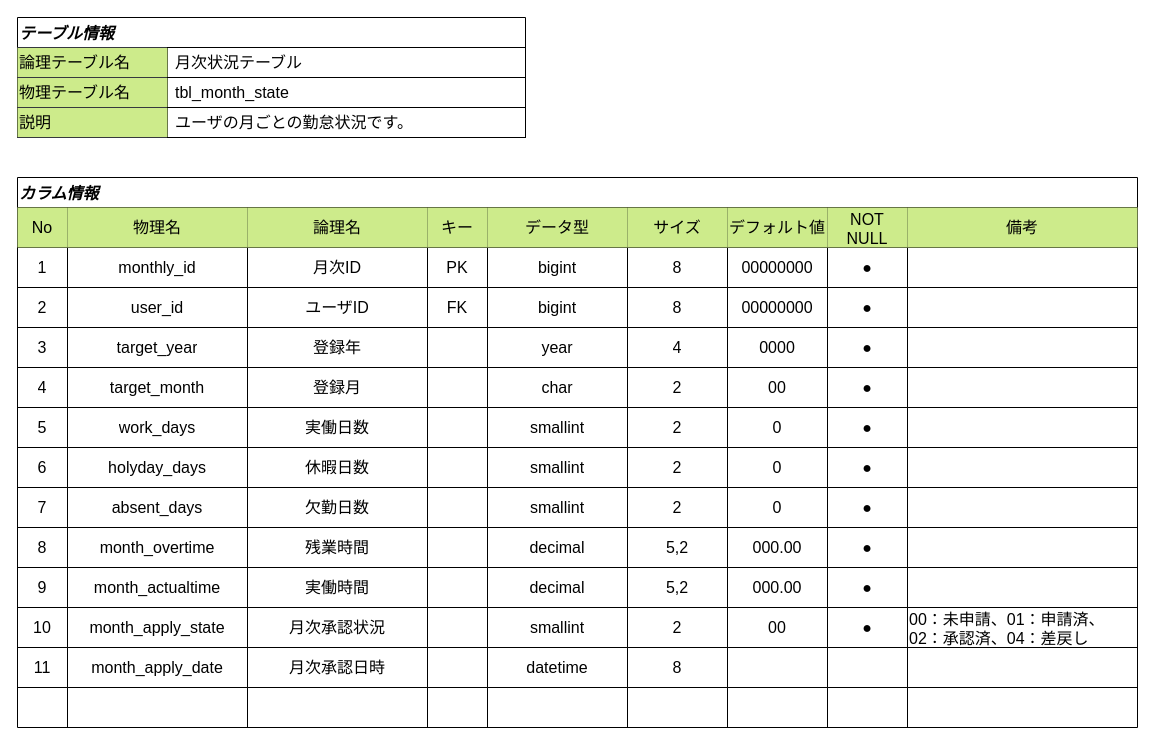
Before: docs/database/tbl_month_state.drawio in youkobaske/agentSupport-attendanceSystem, a draw.io diagram. Source tidied: cells renumbered, new cells numbered last; positions are measured from the earlier drawing's top-left corner, leaving out a move shared by most shapes. Both pictures are drawn from the tidied source at 100%, with x=0, y=0 at pixel (17, 17).
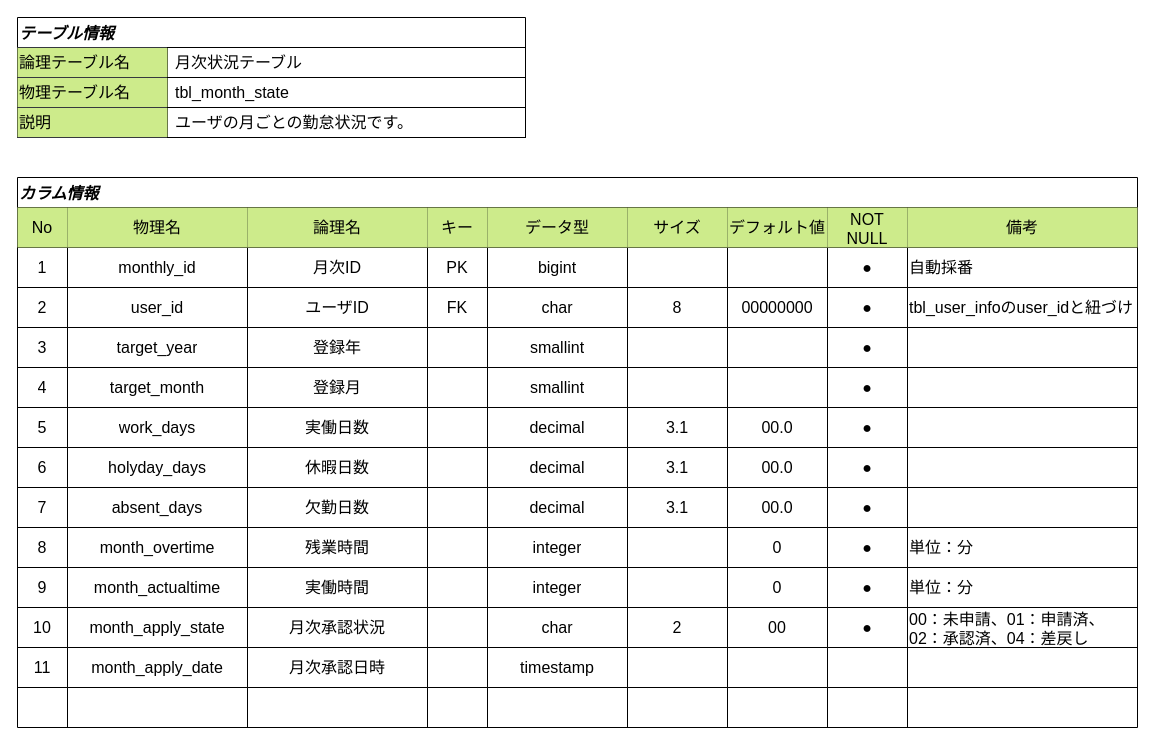
The same diagram, later.

Unchanged cells that the change refers to:
```xml
<mxCell id="23" style="shape=tableRow;horizontal=0;startSize=0;swimlaneHead=0;swimlaneBody=0;strokeColor=inherit;top=0;left=0;bottom=0;right=0;fillColor=none;fontSize=16;" parent="12" vertex="1">
  <mxGeometry y="70" width="1120" height="40" as="geometry" />
</mxCell>
<mxCell id="33" style="shape=tableRow;horizontal=0;startSize=0;swimlaneHead=0;swimlaneBody=0;strokeColor=inherit;top=0;left=0;bottom=0;right=0;fillColor=none;fontSize=16;" parent="12" vertex="1">
  <mxGeometry y="110" width="1120" height="40" as="geometry" />
</mxCell>
<mxCell id="43" style="shape=tableRow;horizontal=0;startSize=0;swimlaneHead=0;swimlaneBody=0;strokeColor=inherit;top=0;left=0;bottom=0;right=0;fillColor=none;fontSize=16;" parent="12" vertex="1">
  <mxGeometry y="150" width="1120" height="40" as="geometry" />
</mxCell>
<mxCell id="53" style="shape=tableRow;horizontal=0;startSize=0;swimlaneHead=0;swimlaneBody=0;strokeColor=inherit;top=0;left=0;bottom=0;right=0;fillColor=none;fontSize=16;" parent="12" vertex="1">
  <mxGeometry y="190" width="1120" height="40" as="geometry" />
</mxCell>
<mxCell id="63" style="shape=tableRow;horizontal=0;startSize=0;swimlaneHead=0;swimlaneBody=0;strokeColor=inherit;top=0;left=0;bottom=0;right=0;fillColor=none;fontSize=16;" parent="12" vertex="1">
  <mxGeometry y="230" width="1120" height="40" as="geometry" />
</mxCell>
<mxCell id="73" style="shape=tableRow;horizontal=0;startSize=0;swimlaneHead=0;swimlaneBody=0;strokeColor=inherit;top=0;left=0;bottom=0;right=0;fillColor=none;fontSize=16;" parent="12" vertex="1">
  <mxGeometry y="270" width="1120" height="40" as="geometry" />
</mxCell>
<mxCell id="83" style="shape=tableRow;horizontal=0;startSize=0;swimlaneHead=0;swimlaneBody=0;strokeColor=inherit;top=0;left=0;bottom=0;right=0;fillColor=none;fontSize=16;" parent="12" vertex="1">
  <mxGeometry y="310" width="1120" height="40" as="geometry" />
</mxCell>
<mxCell id="93" style="shape=tableRow;horizontal=0;startSize=0;swimlaneHead=0;swimlaneBody=0;strokeColor=inherit;top=0;left=0;bottom=0;right=0;fillColor=none;fontSize=16;" parent="12" vertex="1">
  <mxGeometry y="350" width="1120" height="40" as="geometry" />
</mxCell>
<mxCell id="103" style="shape=tableRow;horizontal=0;startSize=0;swimlaneHead=0;swimlaneBody=0;strokeColor=inherit;top=0;left=0;bottom=0;right=0;fillColor=none;fontSize=16;" parent="12" vertex="1">
  <mxGeometry y="390" width="1120" height="40" as="geometry" />
</mxCell>
<mxCell id="113" style="shape=tableRow;horizontal=0;startSize=0;swimlaneHead=0;swimlaneBody=0;strokeColor=inherit;top=0;left=0;bottom=0;right=0;fillColor=none;fontSize=16;" parent="12" vertex="1">
  <mxGeometry y="430" width="1120" height="40" as="geometry" />
</mxCell>
<mxCell id="123" style="shape=tableRow;horizontal=0;startSize=0;swimlaneHead=0;swimlaneBody=0;strokeColor=inherit;top=0;left=0;bottom=0;right=0;fillColor=none;fontSize=16;" parent="12" vertex="1">
  <mxGeometry y="470" width="1120" height="40" as="geometry" />
</mxCell>
```

The edit, as a diff of the source:
```diff
@@
-    <mxCell id="29" value="8" style="shape=partialRectangle;html=1;whiteSpace=wrap;strokeColor=inherit;overflow=hidden;fillColor=none;top=0;left=0;bottom=0;right=0;fontSize=16;" parent="23" vertex="1">
+    <mxCell id="29" style="shape=partialRectangle;html=1;whiteSpace=wrap;strokeColor=inherit;overflow=hidden;fillColor=none;top=0;left=0;bottom=0;right=0;fontSize=16;" parent="23" vertex="1">
       <mxGeometry x="610" width="100" height="40" as="geometry" />
     </mxCell>
-    <mxCell id="30" value="00000000" style="shape=partialRectangle;html=1;whiteSpace=wrap;strokeColor=inherit;overflow=hidden;fillColor=none;top=0;left=0;bottom=0;right=0;fontSize=16;" parent="23" vertex="1">
+    <mxCell id="30" style="shape=partialRectangle;html=1;whiteSpace=wrap;strokeColor=inherit;overflow=hidden;fillColor=none;top=0;left=0;bottom=0;right=0;fontSize=16;" parent="23" vertex="1">
       <mxGeometry x="710" width="100" height="40" as="geometry" />
     </mxCell>
@@
-    <mxCell id="32" style="shape=partialRectangle;html=1;whiteSpace=wrap;strokeColor=inherit;overflow=hidden;fillColor=none;top=0;left=0;bottom=0;right=0;fontSize=16;align=left;" parent="23" vertex="1">
+    <mxCell id="32" value="自動採番" style="shape=partialRectangle;html=1;whiteSpace=wrap;strokeColor=inherit;overflow=hidden;fillColor=none;top=0;left=0;bottom=0;right=0;fontSize=16;align=left;" parent="23" vertex="1">
       <mxGeometry x="890" width="230" height="40" as="geometry" />
     </mxCell>
@@
-    <mxCell id="38" value="bigint" style="shape=partialRectangle;html=1;whiteSpace=wrap;strokeColor=inherit;overflow=hidden;fillColor=none;top=0;left=0;bottom=0;right=0;fontSize=16;" parent="33" vertex="1">
+    <mxCell id="38" value="char" style="shape=partialRectangle;html=1;whiteSpace=wrap;strokeColor=inherit;overflow=hidden;fillColor=none;top=0;left=0;bottom=0;right=0;fontSize=16;" parent="33" vertex="1">
       <mxGeometry x="470" width="140" height="40" as="geometry" />
     </mxCell>
@@
-    <mxCell id="42" style="shape=partialRectangle;html=1;whiteSpace=wrap;strokeColor=inherit;overflow=hidden;fillColor=none;top=0;left=0;bottom=0;right=0;fontSize=16;align=left;" parent="33" vertex="1">
+    <mxCell id="42" value="tbl_user_infoのuser_idと紐づけ" style="shape=partialRectangle;html=1;whiteSpace=wrap;strokeColor=inherit;overflow=hidden;fillColor=none;top=0;left=0;bottom=0;right=0;fontSize=16;align=left;" parent="33" vertex="1">
       <mxGeometry x="890" width="230" height="40" as="geometry" />
     </mxCell>
@@
-    <mxCell id="48" value="year" style="shape=partialRectangle;html=1;whiteSpace=wrap;strokeColor=inherit;overflow=hidden;fillColor=none;top=0;left=0;bottom=0;right=0;fontSize=16;" parent="43" vertex="1">
+    <mxCell id="48" value="smallint" style="shape=partialRectangle;html=1;whiteSpace=wrap;strokeColor=inherit;overflow=hidden;fillColor=none;top=0;left=0;bottom=0;right=0;fontSize=16;" parent="43" vertex="1">
       <mxGeometry x="470" width="140" height="40" as="geometry" />
     </mxCell>
-    <mxCell id="49" value="4" style="shape=partialRectangle;html=1;whiteSpace=wrap;strokeColor=inherit;overflow=hidden;fillColor=none;top=0;left=0;bottom=0;right=0;fontSize=16;" parent="43" vertex="1">
+    <mxCell id="49" style="shape=partialRectangle;html=1;whiteSpace=wrap;strokeColor=inherit;overflow=hidden;fillColor=none;top=0;left=0;bottom=0;right=0;fontSize=16;" parent="43" vertex="1">
       <mxGeometry x="610" width="100" height="40" as="geometry" />
     </mxCell>
-    <mxCell id="50" value="0000" style="shape=partialRectangle;html=1;whiteSpace=wrap;strokeColor=inherit;overflow=hidden;fillColor=none;top=0;left=0;bottom=0;right=0;fontSize=16;" parent="43" vertex="1">
+    <mxCell id="50" style="shape=partialRectangle;html=1;whiteSpace=wrap;strokeColor=inherit;overflow=hidden;fillColor=none;top=0;left=0;bottom=0;right=0;fontSize=16;" parent="43" vertex="1">
       <mxGeometry x="710" width="100" height="40" as="geometry" />
     </mxCell>
@@
-    <mxCell id="58" value="char" style="shape=partialRectangle;html=1;whiteSpace=wrap;strokeColor=inherit;overflow=hidden;fillColor=none;top=0;left=0;bottom=0;right=0;fontSize=16;" parent="53" vertex="1">
+    <mxCell id="58" value="smallint" style="shape=partialRectangle;html=1;whiteSpace=wrap;strokeColor=inherit;overflow=hidden;fillColor=none;top=0;left=0;bottom=0;right=0;fontSize=16;" parent="53" vertex="1">
       <mxGeometry x="470" width="140" height="40" as="geometry" />
     </mxCell>
-    <mxCell id="59" value="2" style="shape=partialRectangle;html=1;whiteSpace=wrap;strokeColor=inherit;overflow=hidden;fillColor=none;top=0;left=0;bottom=0;right=0;fontSize=16;" parent="53" vertex="1">
+    <mxCell id="59" style="shape=partialRectangle;html=1;whiteSpace=wrap;strokeColor=inherit;overflow=hidden;fillColor=none;top=0;left=0;bottom=0;right=0;fontSize=16;" parent="53" vertex="1">
       <mxGeometry x="610" width="100" height="40" as="geometry" />
     </mxCell>
-    <mxCell id="60" value="00" style="shape=partialRectangle;html=1;whiteSpace=wrap;strokeColor=inherit;overflow=hidden;fillColor=none;top=0;left=0;bottom=0;right=0;fontSize=16;" parent="53" vertex="1">
+    <mxCell id="60" style="shape=partialRectangle;html=1;whiteSpace=wrap;strokeColor=inherit;overflow=hidden;fillColor=none;top=0;left=0;bottom=0;right=0;fontSize=16;" parent="53" vertex="1">
       <mxGeometry x="710" width="100" height="40" as="geometry" />
     </mxCell>
@@
-    <mxCell id="68" value="smallint" style="shape=partialRectangle;html=1;whiteSpace=wrap;strokeColor=inherit;overflow=hidden;fillColor=none;top=0;left=0;bottom=0;right=0;fontSize=16;" parent="63" vertex="1">
+    <mxCell id="68" value="decimal" style="shape=partialRectangle;html=1;whiteSpace=wrap;strokeColor=inherit;overflow=hidden;fillColor=none;top=0;left=0;bottom=0;right=0;fontSize=16;" parent="63" vertex="1">
       <mxGeometry x="470" width="140" height="40" as="geometry" />
     </mxCell>
-    <mxCell id="69" value="2" style="shape=partialRectangle;html=1;whiteSpace=wrap;strokeColor=inherit;overflow=hidden;fillColor=none;top=0;left=0;bottom=0;right=0;fontSize=16;" parent="63" vertex="1">
+    <mxCell id="69" value="3.1" style="shape=partialRectangle;html=1;whiteSpace=wrap;strokeColor=inherit;overflow=hidden;fillColor=none;top=0;left=0;bottom=0;right=0;fontSize=16;" parent="63" vertex="1">
       <mxGeometry x="610" width="100" height="40" as="geometry" />
     </mxCell>
-    <mxCell id="70" value="0" style="shape=partialRectangle;html=1;whiteSpace=wrap;strokeColor=inherit;overflow=hidden;fillColor=none;top=0;left=0;bottom=0;right=0;fontSize=16;" parent="63" vertex="1">
+    <mxCell id="70" value="00.0" style="shape=partialRectangle;html=1;whiteSpace=wrap;strokeColor=inherit;overflow=hidden;fillColor=none;top=0;left=0;bottom=0;right=0;fontSize=16;" parent="63" vertex="1">
       <mxGeometry x="710" width="100" height="40" as="geometry" />
     </mxCell>
@@
-    <mxCell id="78" value="smallint" style="shape=partialRectangle;html=1;whiteSpace=wrap;strokeColor=inherit;overflow=hidden;fillColor=none;top=0;left=0;bottom=0;right=0;fontSize=16;" parent="73" vertex="1">
+    <mxCell id="78" value="decimal" style="shape=partialRectangle;html=1;whiteSpace=wrap;strokeColor=inherit;overflow=hidden;fillColor=none;top=0;left=0;bottom=0;right=0;fontSize=16;" parent="73" vertex="1">
       <mxGeometry x="470" width="140" height="40" as="geometry" />
     </mxCell>
-    <mxCell id="79" value="2" style="shape=partialRectangle;html=1;whiteSpace=wrap;strokeColor=inherit;overflow=hidden;fillColor=none;top=0;left=0;bottom=0;right=0;fontSize=16;" parent="73" vertex="1">
+    <mxCell id="79" value="3.1" style="shape=partialRectangle;html=1;whiteSpace=wrap;strokeColor=inherit;overflow=hidden;fillColor=none;top=0;left=0;bottom=0;right=0;fontSize=16;" parent="73" vertex="1">
       <mxGeometry x="610" width="100" height="40" as="geometry" />
     </mxCell>
-    <mxCell id="80" value="0" style="shape=partialRectangle;html=1;whiteSpace=wrap;strokeColor=inherit;overflow=hidden;fillColor=none;top=0;left=0;bottom=0;right=0;fontSize=16;" parent="73" vertex="1">
+    <mxCell id="80" value="00.0" style="shape=partialRectangle;html=1;whiteSpace=wrap;strokeColor=inherit;overflow=hidden;fillColor=none;top=0;left=0;bottom=0;right=0;fontSize=16;" parent="73" vertex="1">
       <mxGeometry x="710" width="100" height="40" as="geometry" />
     </mxCell>
@@
-    <mxCell id="88" value="smallint" style="shape=partialRectangle;html=1;whiteSpace=wrap;strokeColor=inherit;overflow=hidden;fillColor=none;top=0;left=0;bottom=0;right=0;fontSize=16;" parent="83" vertex="1">
+    <mxCell id="88" value="decimal" style="shape=partialRectangle;html=1;whiteSpace=wrap;strokeColor=inherit;overflow=hidden;fillColor=none;top=0;left=0;bottom=0;right=0;fontSize=16;" parent="83" vertex="1">
       <mxGeometry x="470" width="140" height="40" as="geometry" />
     </mxCell>
-    <mxCell id="89" value="2" style="shape=partialRectangle;html=1;whiteSpace=wrap;strokeColor=inherit;overflow=hidden;fillColor=none;top=0;left=0;bottom=0;right=0;fontSize=16;" parent="83" vertex="1">
+    <mxCell id="89" value="3.1" style="shape=partialRectangle;html=1;whiteSpace=wrap;strokeColor=inherit;overflow=hidden;fillColor=none;top=0;left=0;bottom=0;right=0;fontSize=16;" parent="83" vertex="1">
       <mxGeometry x="610" width="100" height="40" as="geometry" />
     </mxCell>
-    <mxCell id="90" value="0" style="shape=partialRectangle;html=1;whiteSpace=wrap;strokeColor=inherit;overflow=hidden;fillColor=none;top=0;left=0;bottom=0;right=0;fontSize=16;" parent="83" vertex="1">
+    <mxCell id="90" value="00.0" style="shape=partialRectangle;html=1;whiteSpace=wrap;strokeColor=inherit;overflow=hidden;fillColor=none;top=0;left=0;bottom=0;right=0;fontSize=16;" parent="83" vertex="1">
       <mxGeometry x="710" width="100" height="40" as="geometry" />
     </mxCell>
@@
-    <mxCell id="98" value="decimal" style="shape=partialRectangle;html=1;whiteSpace=wrap;strokeColor=inherit;overflow=hidden;fillColor=none;top=0;left=0;bottom=0;right=0;fontSize=16;" parent="93" vertex="1">
+    <mxCell id="98" value="integer" style="shape=partialRectangle;html=1;whiteSpace=wrap;strokeColor=inherit;overflow=hidden;fillColor=none;top=0;left=0;bottom=0;right=0;fontSize=16;" parent="93" vertex="1">
       <mxGeometry x="470" width="140" height="40" as="geometry" />
     </mxCell>
-    <mxCell id="99" value="5,2" style="shape=partialRectangle;html=1;whiteSpace=wrap;strokeColor=inherit;overflow=hidden;fillColor=none;top=0;left=0;bottom=0;right=0;fontSize=16;" parent="93" vertex="1">
+    <mxCell id="99" style="shape=partialRectangle;html=1;whiteSpace=wrap;strokeColor=inherit;overflow=hidden;fillColor=none;top=0;left=0;bottom=0;right=0;fontSize=16;" parent="93" vertex="1">
       <mxGeometry x="610" width="100" height="40" as="geometry" />
     </mxCell>
-    <mxCell id="100" value="000.00" style="shape=partialRectangle;html=1;whiteSpace=wrap;strokeColor=inherit;overflow=hidden;fillColor=none;top=0;left=0;bottom=0;right=0;fontSize=16;" parent="93" vertex="1">
+    <mxCell id="100" value="0" style="shape=partialRectangle;html=1;whiteSpace=wrap;strokeColor=inherit;overflow=hidden;fillColor=none;top=0;left=0;bottom=0;right=0;fontSize=16;" parent="93" vertex="1">
       <mxGeometry x="710" width="100" height="40" as="geometry" />
     </mxCell>
@@
-    <mxCell id="102" style="shape=partialRectangle;html=1;whiteSpace=wrap;strokeColor=inherit;overflow=hidden;fillColor=none;top=0;left=0;bottom=0;right=0;fontSize=16;align=left;" parent="93" vertex="1">
+    <mxCell id="102" value="単位：分" style="shape=partialRectangle;html=1;whiteSpace=wrap;strokeColor=inherit;overflow=hidden;fillColor=none;top=0;left=0;bottom=0;right=0;fontSize=16;align=left;" parent="93" vertex="1">
       <mxGeometry x="890" width="230" height="40" as="geometry" />
     </mxCell>
@@
-    <mxCell id="108" value="decimal" style="shape=partialRectangle;html=1;whiteSpace=wrap;strokeColor=inherit;overflow=hidden;fillColor=none;top=0;left=0;bottom=0;right=0;fontSize=16;" parent="103" vertex="1">
+    <mxCell id="108" value="integer" style="shape=partialRectangle;html=1;whiteSpace=wrap;strokeColor=inherit;overflow=hidden;fillColor=none;top=0;left=0;bottom=0;right=0;fontSize=16;" parent="103" vertex="1">
       <mxGeometry x="470" width="140" height="40" as="geometry" />
     </mxCell>
-    <mxCell id="109" value="5,2" style="shape=partialRectangle;html=1;whiteSpace=wrap;strokeColor=inherit;overflow=hidden;fillColor=none;top=0;left=0;bottom=0;right=0;fontSize=16;" parent="103" vertex="1">
+    <mxCell id="109" style="shape=partialRectangle;html=1;whiteSpace=wrap;strokeColor=inherit;overflow=hidden;fillColor=none;top=0;left=0;bottom=0;right=0;fontSize=16;" parent="103" vertex="1">
       <mxGeometry x="610" width="100" height="40" as="geometry" />
     </mxCell>
-    <mxCell id="110" value="000.00" style="shape=partialRectangle;html=1;whiteSpace=wrap;strokeColor=inherit;overflow=hidden;fillColor=none;top=0;left=0;bottom=0;right=0;fontSize=16;" parent="103" vertex="1">
+    <mxCell id="110" value="0" style="shape=partialRectangle;html=1;whiteSpace=wrap;strokeColor=inherit;overflow=hidden;fillColor=none;top=0;left=0;bottom=0;right=0;fontSize=16;" parent="103" vertex="1">
       <mxGeometry x="710" width="100" height="40" as="geometry" />
     </mxCell>
@@
-    <mxCell id="112" style="shape=partialRectangle;html=1;whiteSpace=wrap;strokeColor=inherit;overflow=hidden;fillColor=none;top=0;left=0;bottom=0;right=0;fontSize=16;align=left;" parent="103" vertex="1">
+    <mxCell id="112" value="単位：分" style="shape=partialRectangle;html=1;whiteSpace=wrap;strokeColor=inherit;overflow=hidden;fillColor=none;top=0;left=0;bottom=0;right=0;fontSize=16;align=left;" parent="103" vertex="1">
       <mxGeometry x="890" width="230" height="40" as="geometry" />
     </mxCell>
@@
-    <mxCell id="118" value="smallint" style="shape=partialRectangle;html=1;whiteSpace=wrap;strokeColor=inherit;overflow=hidden;fillColor=none;top=0;left=0;bottom=0;right=0;fontSize=16;" parent="113" vertex="1">
+    <mxCell id="118" value="char" style="shape=partialRectangle;html=1;whiteSpace=wrap;strokeColor=inherit;overflow=hidden;fillColor=none;top=0;left=0;bottom=0;right=0;fontSize=16;" parent="113" vertex="1">
       <mxGeometry x="470" width="140" height="40" as="geometry" />
     </mxCell>
@@
-    <mxCell id="128" value="datetime" style="shape=partialRectangle;html=1;whiteSpace=wrap;strokeColor=inherit;overflow=hidden;fillColor=none;top=0;left=0;bottom=0;right=0;fontSize=16;" parent="123" vertex="1">
+    <mxCell id="128" value="timestamp" style="shape=partialRectangle;html=1;whiteSpace=wrap;strokeColor=inherit;overflow=hidden;fillColor=none;top=0;left=0;bottom=0;right=0;fontSize=16;" parent="123" vertex="1">
       <mxGeometry x="470" width="140" height="40" as="geometry" />
     </mxCell>
-    <mxCell id="129" value="8" style="shape=partialRectangle;html=1;whiteSpace=wrap;strokeColor=inherit;overflow=hidden;fillColor=none;top=0;left=0;bottom=0;right=0;fontSize=16;" parent="123" vertex="1">
+    <mxCell id="129" style="shape=partialRectangle;html=1;whiteSpace=wrap;strokeColor=inherit;overflow=hidden;fillColor=none;top=0;left=0;bottom=0;right=0;fontSize=16;" parent="123" vertex="1">
       <mxGeometry x="610" width="100" height="40" as="geometry" />
     </mxCell>
```
